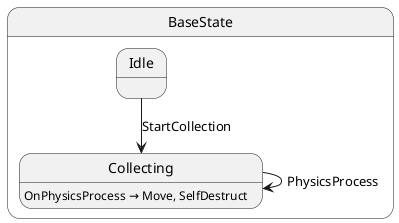
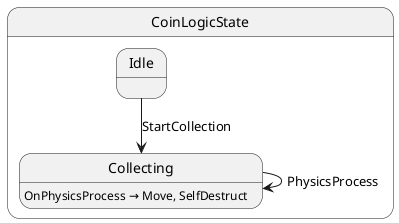
- @startuml BaseState
- state "BaseState" as GameDemo_CoinLogic_BaseState {
-   state "Collecting" as GameDemo_CoinLogic_BaseState_Collecting
-   state "Idle" as GameDemo_CoinLogic_BaseState_Idle
+ @startuml CoinLogicState
+ state "CoinLogicState" as GameDemo_CoinLogicState {
+   state "Collecting" as GameDemo_CoinLogicState_Collecting
+   state "Idle" as GameDemo_CoinLogicState_Idle
}

- GameDemo_CoinLogic_BaseState_Collecting --> GameDemo_CoinLogic_BaseState_Collecting : PhysicsProcess
- GameDemo_CoinLogic_BaseState_Idle --> GameDemo_CoinLogic_BaseState_Collecting : StartCollection
+ GameDemo_CoinLogicState_Collecting --> GameDemo_CoinLogicState_Collecting : PhysicsProcess
+ GameDemo_CoinLogicState_Idle --> GameDemo_CoinLogicState_Collecting : StartCollection

- GameDemo_CoinLogic_BaseState_Collecting : OnPhysicsProcess → Move, SelfDestruct
+ GameDemo_CoinLogicState_Collecting : OnPhysicsProcess → Move, SelfDestruct
@enduml